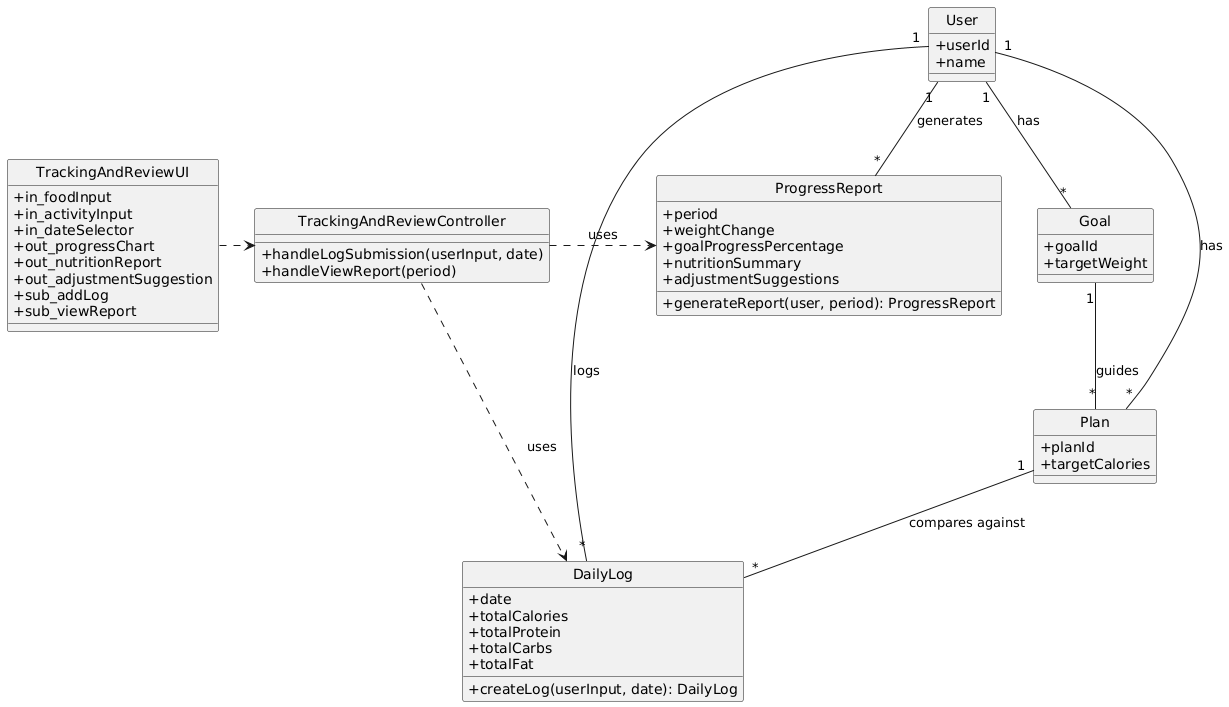
Earlier version of the PlantUML export Analysis/Class/UmlPictures/TrackingAndReviewModule.png (LQTam787/Thesis).
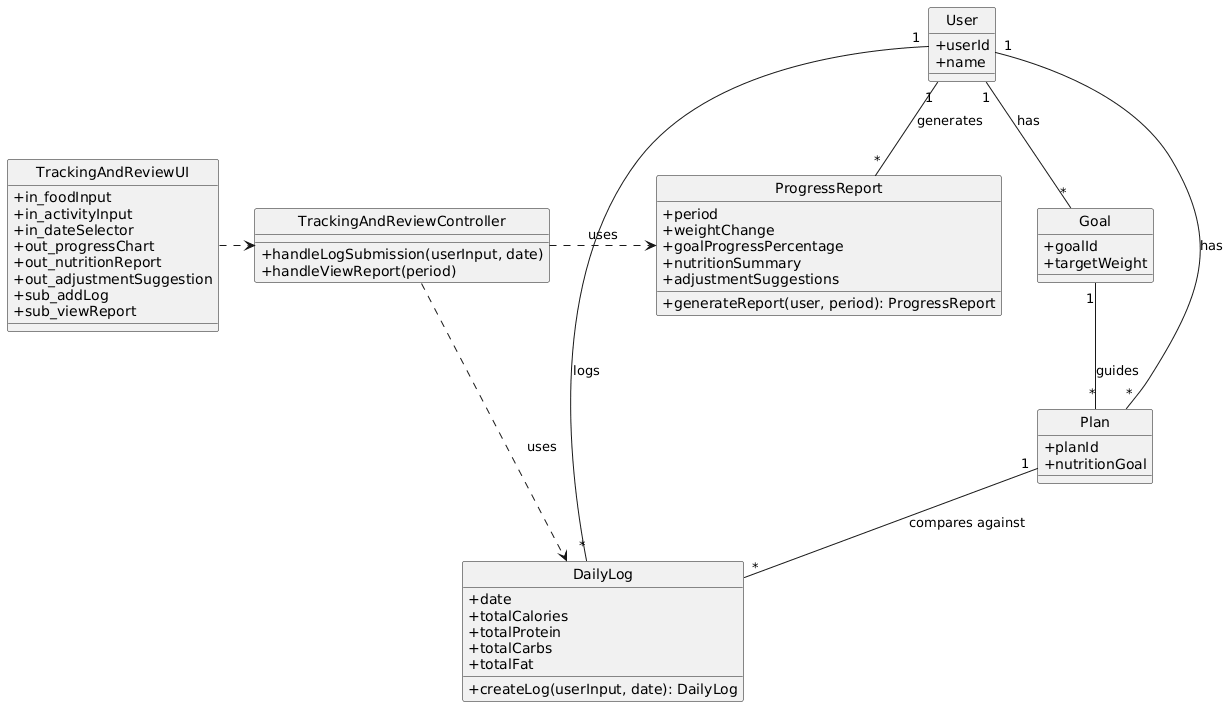
Above is the later version.

The edit, as a diff of the source:
```diff
@@ -50,7 +50,7 @@
 
 entity Plan {
   +planId
-  +targetCalories
+  +nutritionGoal
 }
 
 
```
